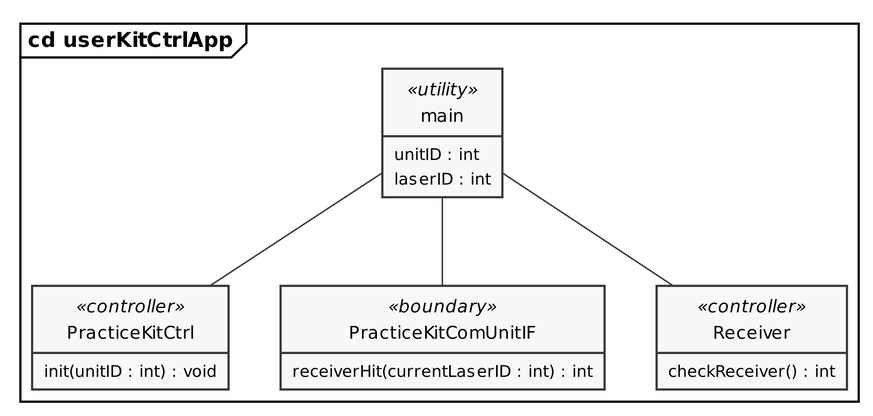
Before: PlantUML/out/practiceKitCtrlApp_cd.png, a diagram exported from PlantUML (LasseKrarup/Laser-Tag-Project).
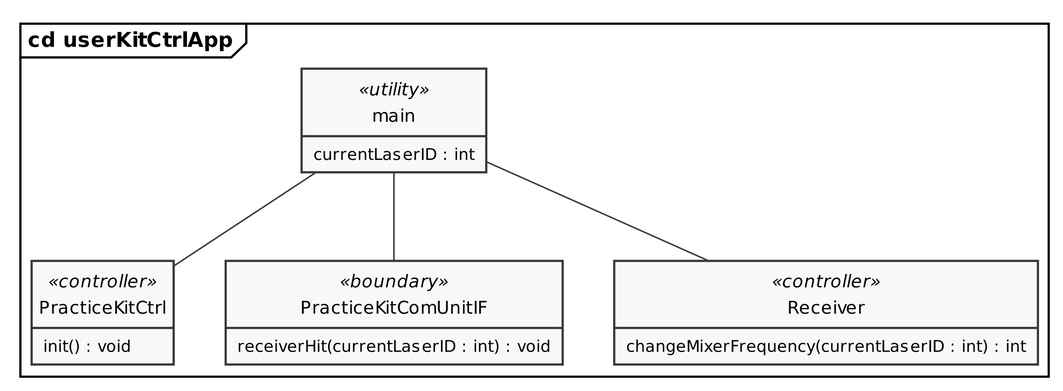
The same file after the commit.

Change to the diagram source:
```diff
@@ -15,20 +15,19 @@
 frame "cd userKitCtrlApp" {
 
     class main <<utility>> {
-        unitID : int
-        laserID : int
+        currentLaserID : int
     }
 
     class PracticeKitCtrl <<controller>> {
-        init(unitID : int) : void
+        init() : void
     }
 
     class PracticeKitComUnitIF <<boundary>> {
-        receiverHit(currentLaserID : int) : int
+        receiverHit(currentLaserID : int) : void
     }
 
     class Receiver <<controller>> {
-        checkReceiver() : int
+        changeMixerFrequency(currentLaserID : int) : int
     }
 }
 
```
